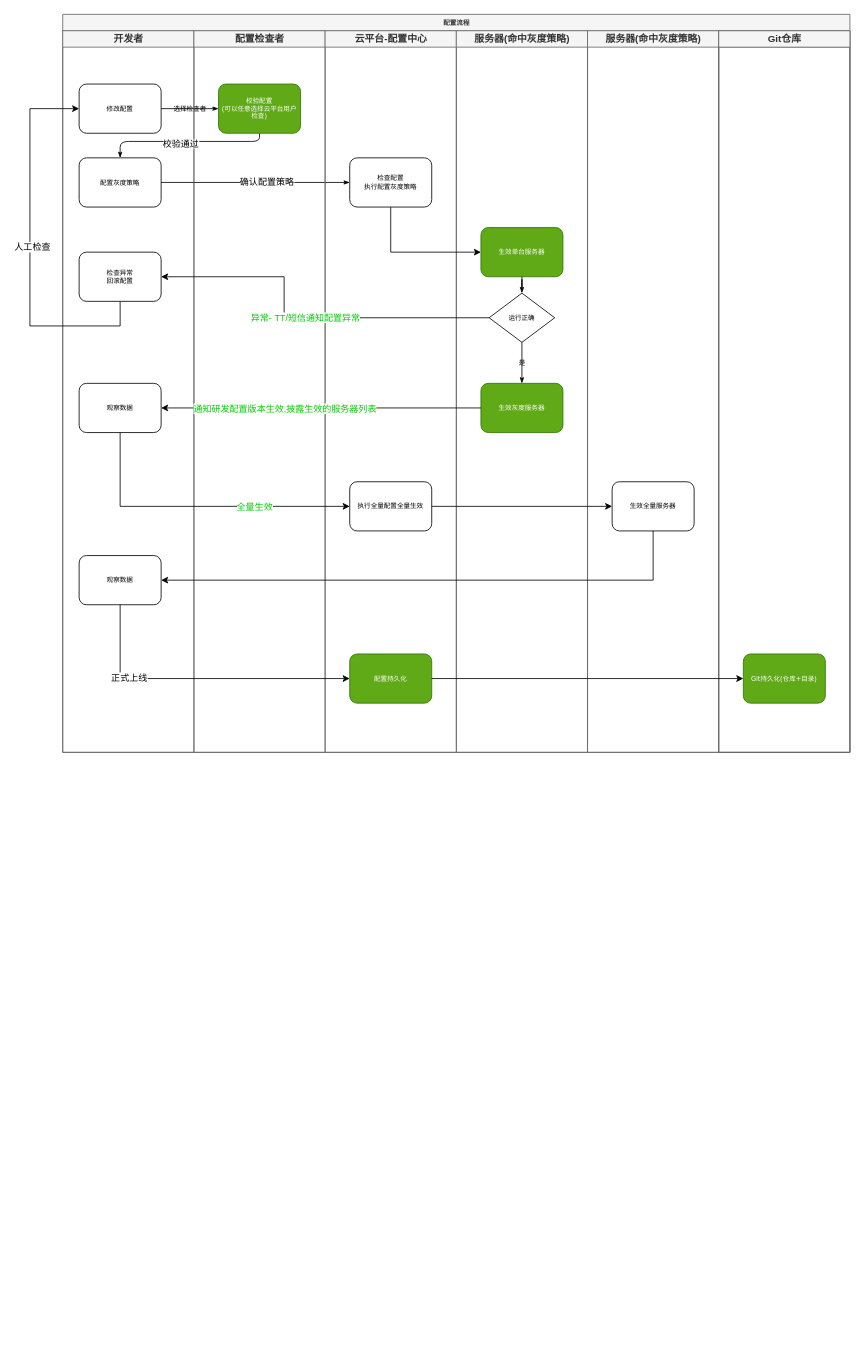
karlchan-cn/drawio-repository keeps this draw.io diagram as universal-engine/配置优化.drawio. Above is the earlier version. Source tidied: cells renumbered, new cells numbered last; positions are measured from the earlier drawing's top-left corner, leaving out a move shared by most shapes. Both pictures are drawn from the tidied source at 82%, with x=0, y=0 at pixel (30, 14).
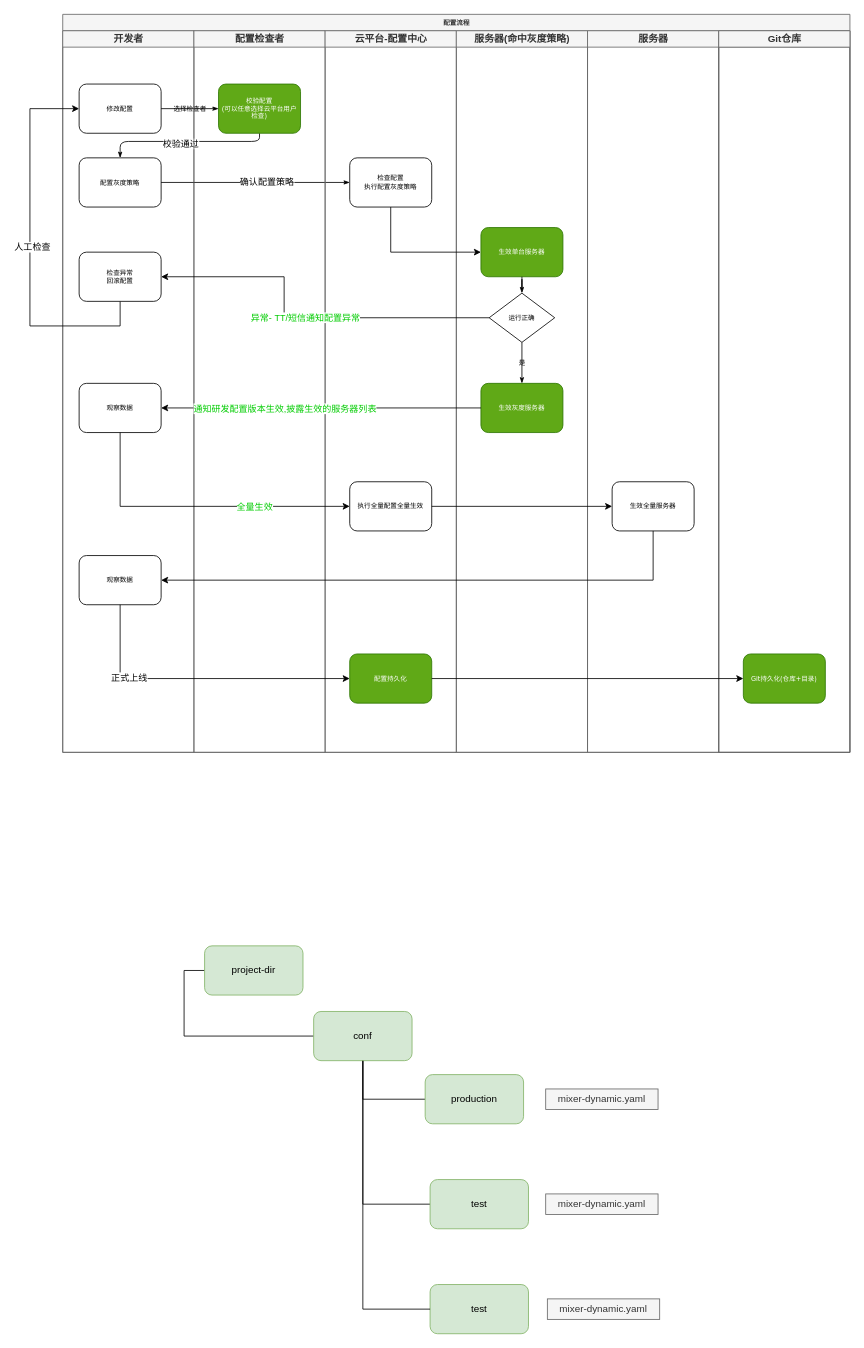
Above is the later version.

The change refers to these unchanged cells:
```xml
<mxCell id="2" value="配置流程" style="swimlane;html=1;startSize=20;rounded=0;shadow=0;labelBackgroundColor=none;strokeWidth=1;fontFamily=Verdana;fontSize=8;align=center;fillColor=#f5f5f5;fontColor=#333333;strokeColor=#666666;" parent="1" vertex="1">
  <mxGeometry x="40" width="960" height="900" as="geometry" />
</mxCell>
```

The edit, as a diff of the source:
```diff
@@
-    <mxCell id="29" value="服务器(命中灰度策略)" style="swimlane;html=1;startSize=20;fillColor=#f5f5f5;fontColor=#333333;strokeColor=#666666;" parent="2" vertex="1">
+    <mxCell id="29" value="服务器" style="swimlane;html=1;startSize=20;fillColor=#f5f5f5;fontColor=#333333;strokeColor=#666666;" parent="2" vertex="1">
       <mxGeometry x="640" y="20" width="160" height="880" as="geometry" />
     </mxCell>
@@
+    <mxCell id="48" style="edgeStyle=orthogonalEdgeStyle;rounded=0;jettySize=auto;html=1;entryX=0;entryY=0.5;entryDx=0;entryDy=0;endArrow=none;endFill=0;" parent="1" edge="1" source="49" target="52">
+      <mxGeometry relative="1" as="geometry">
+        <Array as="points">
+          <mxPoint x="188" y="1166" />
+          <mxPoint x="188" y="1246" />
+        </Array>
+      </mxGeometry>
+    </mxCell>
+    <mxCell id="49" value="&lt;span&gt;project-dir&lt;/span&gt;" style="rounded=1;whiteSpace=wrap;html=1;fillColor=#d5e8d4;strokeColor=#82b366;" parent="1" vertex="1">
+      <mxGeometry x="213" y="1136" width="120" height="60" as="geometry" />
+    </mxCell>
+    <mxCell id="50" style="edgeStyle=orthogonalEdgeStyle;rounded=0;jettySize=auto;html=1;entryX=0;entryY=0.5;entryDx=0;entryDy=0;endArrow=none;endFill=0;" parent="1" edge="1" source="52" target="53">
+      <mxGeometry relative="1" as="geometry">
+        <Array as="points">
+          <mxPoint x="406" y="1323" />
+        </Array>
+      </mxGeometry>
+    </mxCell>
+    <mxCell id="51" style="edgeStyle=orthogonalEdgeStyle;rounded=0;jettySize=auto;html=1;entryX=0;entryY=0.5;entryDx=0;entryDy=0;endArrow=none;endFill=0;" parent="1" edge="1" source="52" target="54">
+      <mxGeometry relative="1" as="geometry">
+        <Array as="points">
+          <mxPoint x="406" y="1451" />
+        </Array>
+      </mxGeometry>
+    </mxCell>
+    <mxCell id="52" value="&lt;span&gt;conf&lt;/span&gt;" style="rounded=1;whiteSpace=wrap;html=1;fillColor=#d5e8d4;strokeColor=#82b366;" parent="1" vertex="1">
+      <mxGeometry x="346" y="1216" width="120" height="60" as="geometry" />
+    </mxCell>
+    <mxCell id="53" value="&lt;span&gt;production&lt;/span&gt;" style="rounded=1;whiteSpace=wrap;html=1;fillColor=#d5e8d4;strokeColor=#82b366;" parent="1" vertex="1">
+      <mxGeometry x="482" y="1293" width="120" height="60" as="geometry" />
+    </mxCell>
+    <mxCell id="54" value="&lt;span&gt;test&lt;/span&gt;" style="rounded=1;whiteSpace=wrap;html=1;fillColor=#d5e8d4;strokeColor=#82b366;" parent="1" vertex="1">
+      <mxGeometry x="488" y="1421" width="120" height="60" as="geometry" />
+    </mxCell>
+    <mxCell id="55" value="mixer-dynamic.yaml" style="rounded=0;whiteSpace=wrap;html=1;fillColor=#f5f5f5;fontColor=#333333;strokeColor=#666666;" parent="1" vertex="1">
+      <mxGeometry x="629" y="1310.5" width="137" height="25" as="geometry" />
+    </mxCell>
+    <mxCell id="56" value="mixer-dynamic.yaml" style="rounded=0;whiteSpace=wrap;html=1;fillColor=#f5f5f5;fontColor=#333333;strokeColor=#666666;" parent="1" vertex="1">
+      <mxGeometry x="629" y="1438.5" width="137" height="25" as="geometry" />
+    </mxCell>
+    <mxCell id="57" value="&lt;span&gt;test&lt;/span&gt;" style="rounded=1;whiteSpace=wrap;html=1;fillColor=#d5e8d4;strokeColor=#82b366;" parent="1" vertex="1">
+      <mxGeometry x="488" y="1549" width="120" height="60" as="geometry" />
+    </mxCell>
+    <mxCell id="58" value="mixer-dynamic.yaml" style="rounded=0;whiteSpace=wrap;html=1;fillColor=#f5f5f5;fontColor=#333333;strokeColor=#666666;" parent="1" vertex="1">
+      <mxGeometry x="631" y="1566.5" width="137" height="25" as="geometry" />
+    </mxCell>
+    <mxCell id="59" style="edgeStyle=orthogonalEdgeStyle;rounded=0;jettySize=auto;html=1;entryX=0;entryY=0.5;entryDx=0;entryDy=0;endArrow=none;endFill=0;exitX=0.5;exitY=1;exitDx=0;exitDy=0;" parent="1" edge="1" source="52" target="57">
+      <mxGeometry relative="1" as="geometry">
+        <Array as="points">
+          <mxPoint x="406" y="1579" />
+        </Array>
+      </mxGeometry>
+    </mxCell>
```
